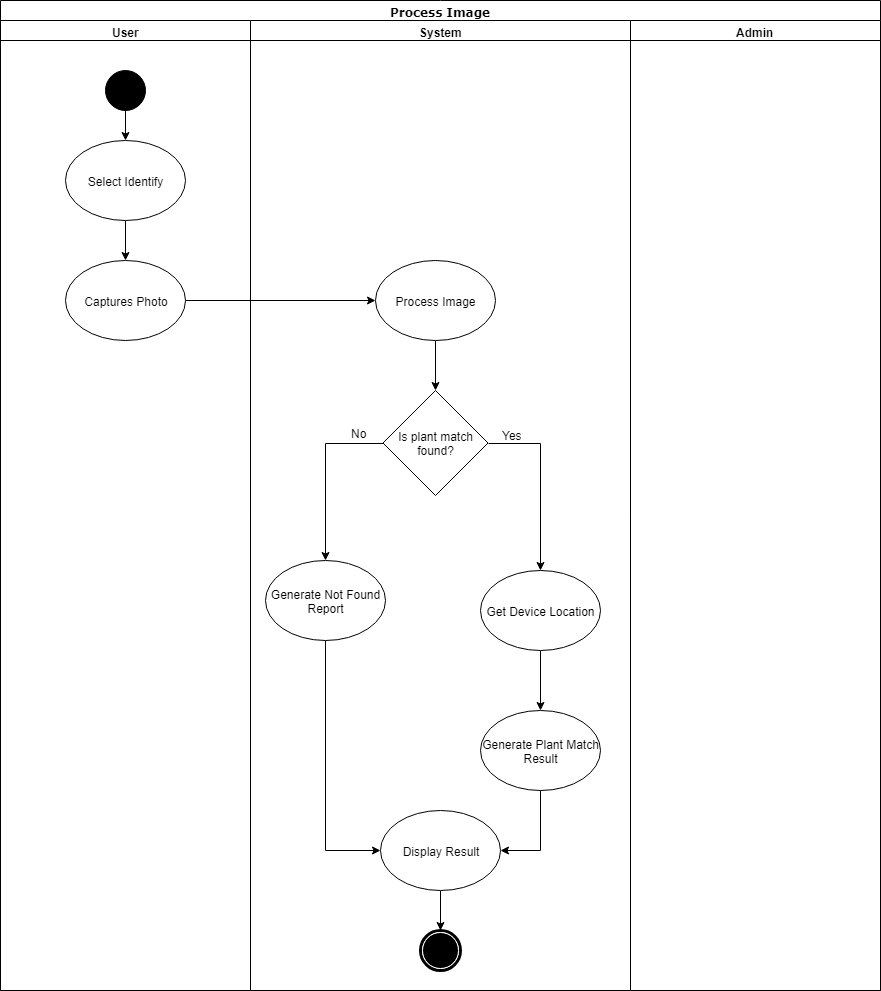
The draw.io diagram Documentations/Diagrams (Midterms)/Activity Diagram/Process_Image/Activity Diagram - Process Image.png in seans888/project--lyf, before a commit. Source tidied: cells renumbered, new cells last; positions are measured from the earlier drawing's top-left corner, leaving out a move shared by most shapes.
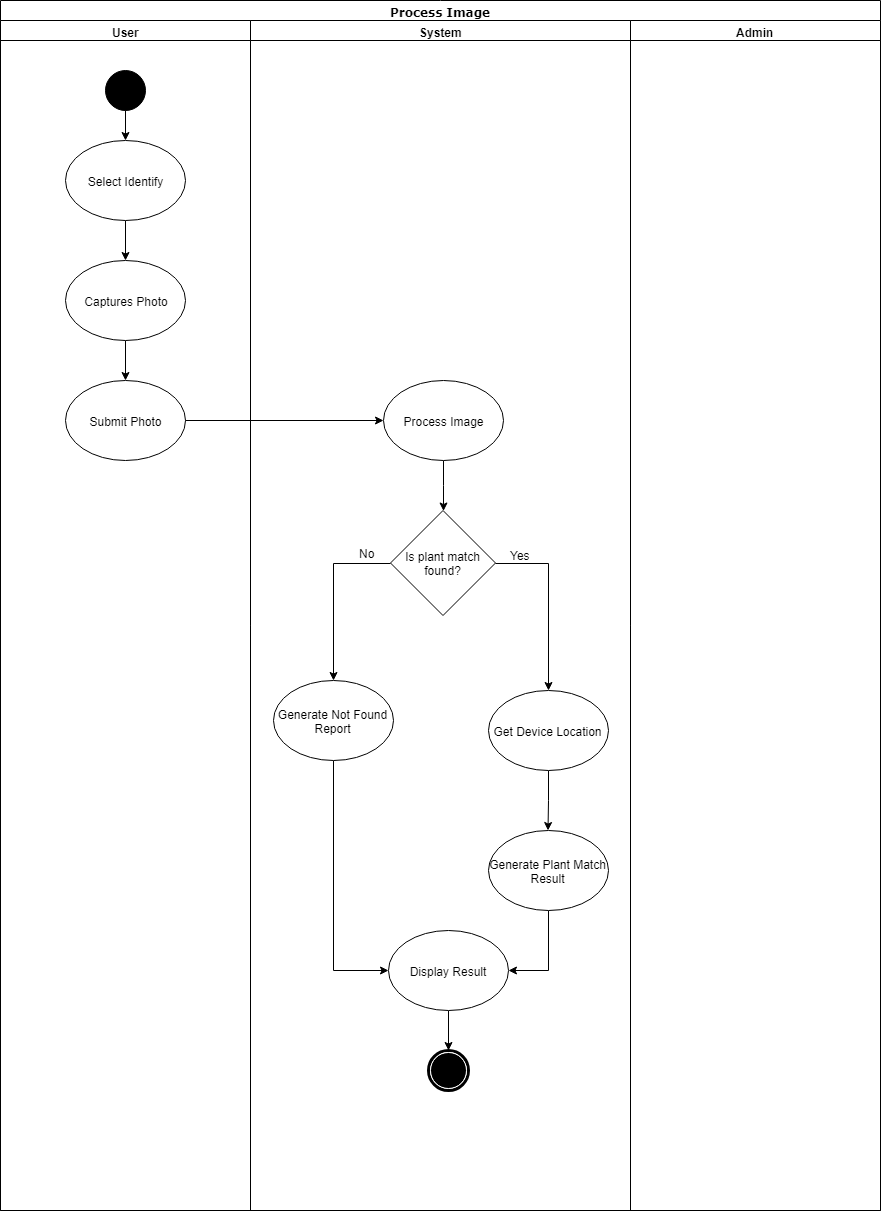
The same file after the commit.

The edit, as a diff of the source:
```diff
@@ -3,10 +3,10 @@
     <mxCell id="0" />
     <mxCell id="1" parent="0" />
     <mxCell id="2" value="Process Image" style="swimlane;html=1;startSize=20;rounded=0;shadow=0;comic=0;labelBackgroundColor=none;strokeColor=#000000;strokeWidth=1;fillColor=#ffffff;fontFamily=Verdana;fontSize=12;fontColor=#000000;align=center;" parent="1" vertex="1">
-      <mxGeometry width="880" height="990" as="geometry" />
+      <mxGeometry x="-7.5" y="-120" width="880" height="1210" as="geometry" />
     </mxCell>
     <mxCell id="3" value="User" style="swimlane;html=1;startSize=20;" parent="2" vertex="1">
-      <mxGeometry y="20" width="250" height="970" as="geometry" />
+      <mxGeometry y="20" width="250" height="1190" as="geometry" />
     </mxCell>
     <mxCell id="4" style="edgeStyle=orthogonalEdgeStyle;rounded=0;jettySize=auto;html=1;exitX=0.5;exitY=1;exitDx=0;exitDy=0;entryX=0.5;entryY=0;entryDx=0;entryDy=0;" parent="3" edge="1" source="5" target="7">
       <mxGeometry relative="1" as="geometry" />
@@ -20,17 +20,23 @@
     <mxCell id="7" value="Select Identify" style="ellipse;whiteSpace=wrap;html=1;" parent="3" vertex="1">
       <mxGeometry x="65" y="120" width="120" height="80" as="geometry" />
     </mxCell>
+    <mxCell id="28" style="edgeStyle=orthogonalEdgeStyle;rounded=0;jettySize=auto;html=1;exitX=0.5;exitY=1;exitDx=0;exitDy=0;entryX=0.5;entryY=0;entryDx=0;entryDy=0;" parent="3" edge="1" source="8" target="29">
+      <mxGeometry relative="1" as="geometry" />
+    </mxCell>
     <mxCell id="8" value="Captures Photo" style="ellipse;whiteSpace=wrap;html=1;" parent="3" vertex="1">
       <mxGeometry x="65" y="240" width="120" height="80" as="geometry" />
     </mxCell>
+    <mxCell id="29" value="Submit Photo" style="ellipse;whiteSpace=wrap;html=1;" parent="3" vertex="1">
+      <mxGeometry x="65" y="360" width="120" height="80" as="geometry" />
+    </mxCell>
     <mxCell id="9" value="System" style="swimlane;html=1;startSize=20;" parent="2" vertex="1">
-      <mxGeometry x="250" y="20" width="380" height="970" as="geometry" />
+      <mxGeometry x="250" y="20" width="380" height="1190" as="geometry" />
     </mxCell>
     <mxCell id="10" style="edgeStyle=orthogonalEdgeStyle;rounded=0;jettySize=auto;html=1;exitX=0.5;exitY=1;exitDx=0;exitDy=0;" parent="9" edge="1" source="11" target="14">
       <mxGeometry relative="1" as="geometry" />
     </mxCell>
     <mxCell id="11" value="Process Image" style="ellipse;whiteSpace=wrap;html=1;" parent="9" vertex="1">
-      <mxGeometry x="125" y="240" width="120" height="80" as="geometry" />
+      <mxGeometry x="132.5" y="360" width="120" height="80" as="geometry" />
     </mxCell>
     <mxCell id="12" style="edgeStyle=orthogonalEdgeStyle;rounded=0;jettySize=auto;html=1;exitX=1;exitY=0.5;exitDx=0;exitDy=0;entryX=0.5;entryY=0;entryDx=0;entryDy=0;" parent="9" edge="1" source="14" target="18">
       <mxGeometry relative="1" as="geometry" />
@@ -39,41 +45,41 @@
       <mxGeometry relative="1" as="geometry" />
     </mxCell>
     <mxCell id="14" value="Is plant match found?" style="rhombus;whiteSpace=wrap;html=1;" parent="9" vertex="1">
-      <mxGeometry x="132.5" y="370" width="105" height="105" as="geometry" />
+      <mxGeometry x="140" y="490" width="105" height="105" as="geometry" />
     </mxCell>
     <mxCell id="15" style="edgeStyle=orthogonalEdgeStyle;rounded=0;jettySize=auto;html=1;exitX=0.5;exitY=1;exitDx=0;exitDy=0;entryX=0;entryY=0.5;entryDx=0;entryDy=0;" parent="9" edge="1" source="16" target="22">
       <mxGeometry relative="1" as="geometry" />
     </mxCell>
     <mxCell id="16" value="Generate Not Found Report" style="ellipse;whiteSpace=wrap;html=1;" parent="9" vertex="1">
-      <mxGeometry x="15" y="540" width="120" height="80" as="geometry" />
+      <mxGeometry x="22.5" y="660" width="120" height="80" as="geometry" />
     </mxCell>
     <mxCell id="17" style="edgeStyle=orthogonalEdgeStyle;rounded=0;jettySize=auto;html=1;exitX=0.5;exitY=1;exitDx=0;exitDy=0;" parent="9" edge="1" source="18" target="20">
       <mxGeometry relative="1" as="geometry" />
     </mxCell>
     <mxCell id="18" value="Get Device Location" style="ellipse;whiteSpace=wrap;html=1;" parent="9" vertex="1">
-      <mxGeometry x="230" y="550" width="120" height="80" as="geometry" />
+      <mxGeometry x="237.5" y="670" width="120" height="80" as="geometry" />
     </mxCell>
     <mxCell id="19" style="edgeStyle=orthogonalEdgeStyle;rounded=0;jettySize=auto;html=1;exitX=0.5;exitY=1;exitDx=0;exitDy=0;entryX=1;entryY=0.5;entryDx=0;entryDy=0;" parent="9" edge="1" source="20" target="22">
       <mxGeometry relative="1" as="geometry" />
     </mxCell>
     <mxCell id="20" value="Generate Plant Match Result" style="ellipse;whiteSpace=wrap;html=1;" parent="9" vertex="1">
-      <mxGeometry x="230" y="690" width="120" height="80" as="geometry" />
+      <mxGeometry x="237.5" y="810" width="120" height="80" as="geometry" />
     </mxCell>
     <mxCell id="21" style="edgeStyle=orthogonalEdgeStyle;rounded=0;jettySize=auto;html=1;exitX=0.5;exitY=1;exitDx=0;exitDy=0;entryX=0.5;entryY=0;entryDx=0;entryDy=0;" parent="9" edge="1" source="22" target="23">
       <mxGeometry relative="1" as="geometry" />
     </mxCell>
     <mxCell id="22" value="Display Result" style="ellipse;whiteSpace=wrap;html=1;" parent="9" vertex="1">
-      <mxGeometry x="130" y="790" width="120" height="80" as="geometry" />
+      <mxGeometry x="137.5" y="910" width="120" height="80" as="geometry" />
     </mxCell>
     <mxCell id="23" style="shape=mxgraph.bpmn.shape;html=1;verticalLabelPosition=bottom;labelBackgroundColor=#ffffff;verticalAlign=top;perimeter=ellipsePerimeter;outline=end;symbol=terminate;rounded=0;shadow=0;comic=0;strokeColor=#000000;strokeWidth=1;fillColor=#ffffff;fontFamily=Verdana;fontSize=12;fontColor=#000000;align=center;" parent="9" vertex="1">
-      <mxGeometry x="170" y="910" width="40" height="40" as="geometry" />
+      <mxGeometry x="177.5" y="1030" width="40" height="40" as="geometry" />
     </mxCell>
     <mxCell id="24" value="Admin" style="swimlane;html=1;startSize=20;" parent="2" vertex="1">
-      <mxGeometry x="630" y="20" width="250" height="970" as="geometry" />
+      <mxGeometry x="630" y="20" width="250" height="1190" as="geometry" />
     </mxCell>
-    <mxCell id="25" style="edgeStyle=orthogonalEdgeStyle;rounded=0;jettySize=auto;html=1;exitX=1;exitY=0.5;exitDx=0;exitDy=0;entryX=0;entryY=0.5;entryDx=0;entryDy=0;" parent="2" edge="1" source="8" target="11">
-      <mxGeometry relative="1" as="geometry" />
-    </mxCell>
+    <mxCell id="30" style="edgeStyle=orthogonalEdgeStyle;rounded=0;jettySize=auto;html=1;exitX=1;exitY=0.5;exitDx=0;exitDy=0;entryX=0;entryY=0.5;entryDx=0;entryDy=0;" parent="2" edge="1" source="29" target="11">
+      <mxGeometry relative="1" as="geometry" />
+    </mxCell>
     <mxCell id="26" value="No" style="text;html=1;align=left;verticalAlign=top;spacingTop=-4;" parent="1" vertex="1">
       <mxGeometry x="349" y="424" width="30" height="10" as="geometry" />
     </mxCell>
```
